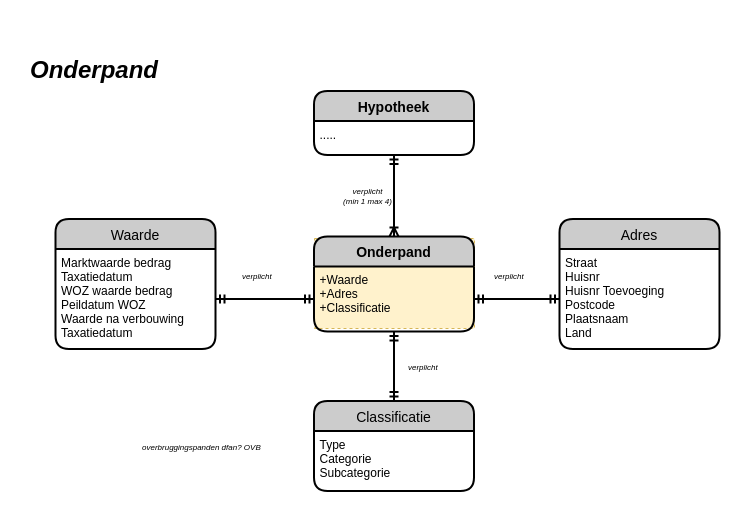
Earlier version of the draw.io diagram page "Onderpand" (4 of 6) of 3rdParty-HDN.drawio (luchthandel/diagrams). Source tidied: cells renumbered, new cells numbered last; positions are measured from the earlier drawing's top-left corner, leaving out a move shared by most shapes. Both pictures are drawn from the tidied source at 100%, with x=0, y=0 at pixel (17, 16).
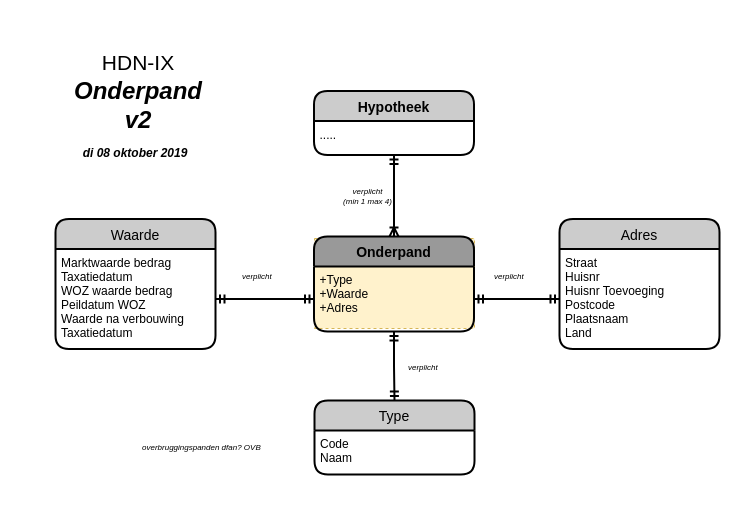
The same page after the edit.

What changed in the source:
```diff
@@
-    <mxCell id="3" value="Onderpand" style="swimlane;horizontal=1;startSize=30;fillColor=#CCCCCC;fontColor=#000000;rounded=1;fontSize=14;fontStyle=1;strokeWidth=2;shadow=0;dashed=0;align=center;" parent="1" vertex="1">
+    <mxCell id="3" value="Onderpand" style="swimlane;horizontal=1;startSize=30;fillColor=#999999;fontColor=#000000;rounded=1;fontSize=14;fontStyle=1;strokeWidth=2;shadow=0;dashed=0;align=center;" parent="1" vertex="1">
       <mxGeometry x="296.5" y="220" width="160" height="95" as="geometry" />
     </mxCell>
-    <mxCell id="4" value="+Waarde&#10;+Adres&#10;+Classificatie" style="align=left;strokeColor=none;fillColor=none;spacingLeft=4;fontSize=12;verticalAlign=top;" parent="3" vertex="1">
+    <mxCell id="4" value="+Type&#10;+Waarde&#10;+Adres" style="align=left;strokeColor=none;fillColor=none;spacingLeft=4;fontSize=12;verticalAlign=top;" parent="3" vertex="1">
       <mxGeometry y="30" width="160" height="65" as="geometry" />
     </mxCell>
-    <mxCell id="5" value="Classificatie" style="swimlane;horizontal=1;startSize=30;fillColor=#CCCCCC;fontColor=#000000;rounded=1;fontSize=14;fontStyle=0;strokeWidth=2;shadow=0;dashed=0;align=center;" parent="1" vertex="1">
-      <mxGeometry x="296.5" y="384.5" width="160" height="90" as="geometry" />
+    <mxCell id="5" value="Type" style="swimlane;horizontal=1;startSize=30;fillColor=#CCCCCC;fontColor=#000000;rounded=1;fontSize=14;fontStyle=0;strokeWidth=2;shadow=0;dashed=0;align=center;" parent="1" vertex="1">
+      <mxGeometry x="297" y="384" width="160" height="74" as="geometry" />
     </mxCell>
-    <mxCell id="6" value="Type&#10;Categorie&#10;Subcategorie" style="align=left;strokeColor=none;fillColor=none;spacingLeft=4;fontSize=12;verticalAlign=top;" parent="5" vertex="1">
-      <mxGeometry y="30" width="160" height="60" as="geometry" />
+    <mxCell id="6" value="Code&#10;Naam" style="align=left;strokeColor=none;fillColor=none;spacingLeft=4;fontSize=12;verticalAlign=top;" parent="5" vertex="1">
+      <mxGeometry y="30" width="160" height="44" as="geometry" />
     </mxCell>
@@
-    <mxCell id="11" value="&lt;span style=&quot;font-size: 24px&quot;&gt;&lt;b&gt;&lt;i&gt;Onderpand&lt;/i&gt;&lt;/b&gt;&lt;/span&gt;" style="text;html=1;strokeColor=none;fillColor=none;align=center;verticalAlign=middle;whiteSpace=wrap;rounded=0;" parent="1" vertex="1">
-      <mxGeometry y="0.5" width="154" height="106" as="geometry" />
-    </mxCell>
@@
+    <mxCell id="23" value="&lt;font style=&quot;font-size: 21px&quot;&gt;HDN-IX&lt;/font&gt;&lt;b style=&quot;font-size: 24px ; font-style: italic&quot;&gt; &lt;br&gt;Onderpand&lt;br&gt;v2&lt;/b&gt;" style="text;html=1;strokeColor=none;fillColor=none;align=center;verticalAlign=middle;whiteSpace=wrap;rounded=0;" parent="1" vertex="1">
+      <mxGeometry x="44" y="21.5" width="154" height="106" as="geometry" />
+    </mxCell>
+    <mxCell id="24" value="&lt;font&gt;&lt;b&gt;&lt;i&gt;di 08 oktober 2019&lt;/i&gt;&lt;/b&gt;&lt;br&gt;&lt;/font&gt;" style="text;html=1;strokeColor=none;fillColor=none;align=center;verticalAlign=middle;whiteSpace=wrap;rounded=0;" parent="1" vertex="1">
+      <mxGeometry x="48" y="127.5" width="140" height="19" as="geometry" />
+    </mxCell>
```
